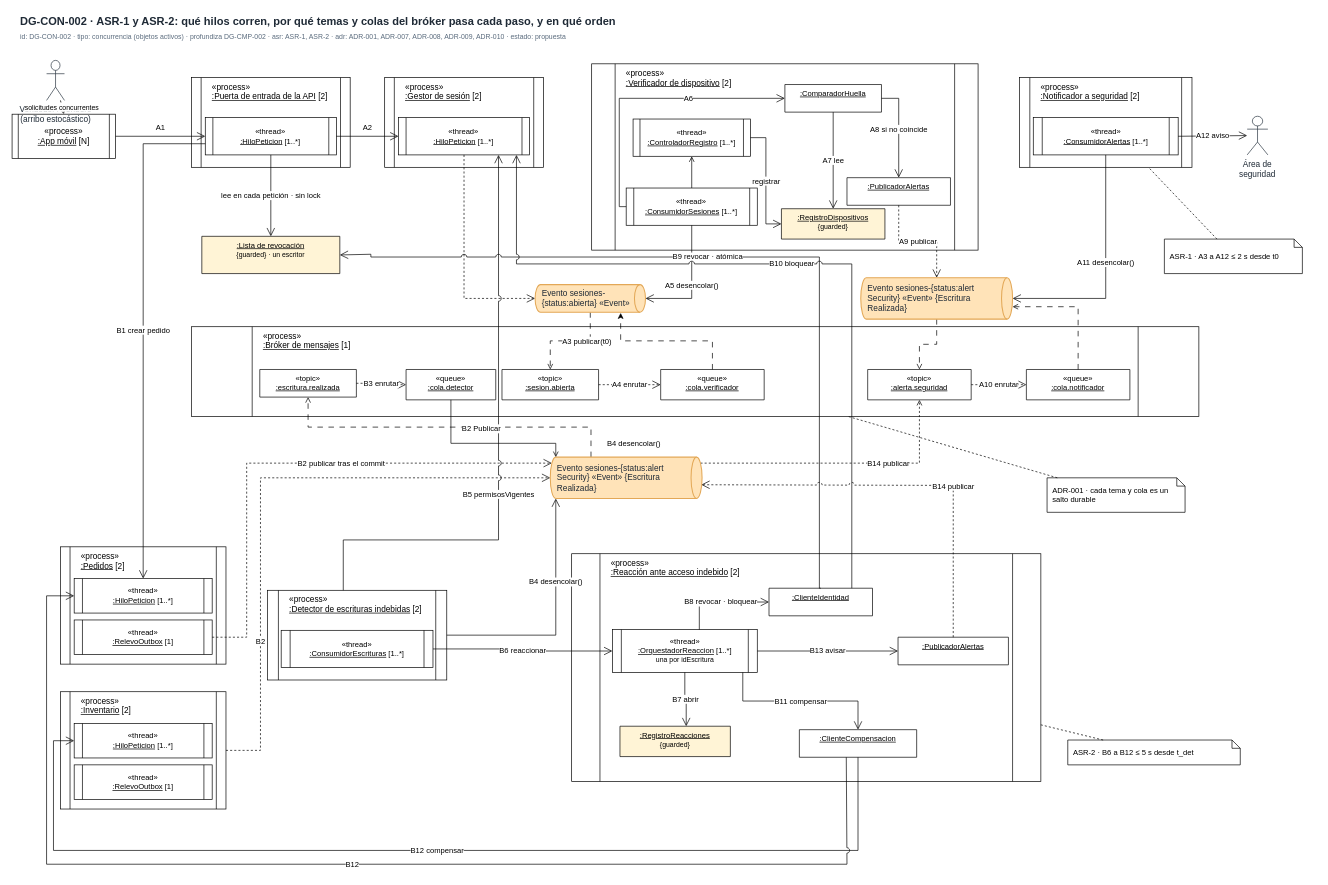
Earlier version of the draw.io diagram page "DG-CON-002 · Seguridad" (2 of 3) of docs/modelos/drawio/vista-concurrencia.drawio (MATI-MBIT/arqsoft-reto-2). Source tidied: cells renumbered, new cells numbered last; positions are measured from the earlier drawing's top-left corner, leaving out a move shared by most shapes. Both pictures are drawn from the tidied source at 69%, with x=0, y=0 at pixel (12, 12).
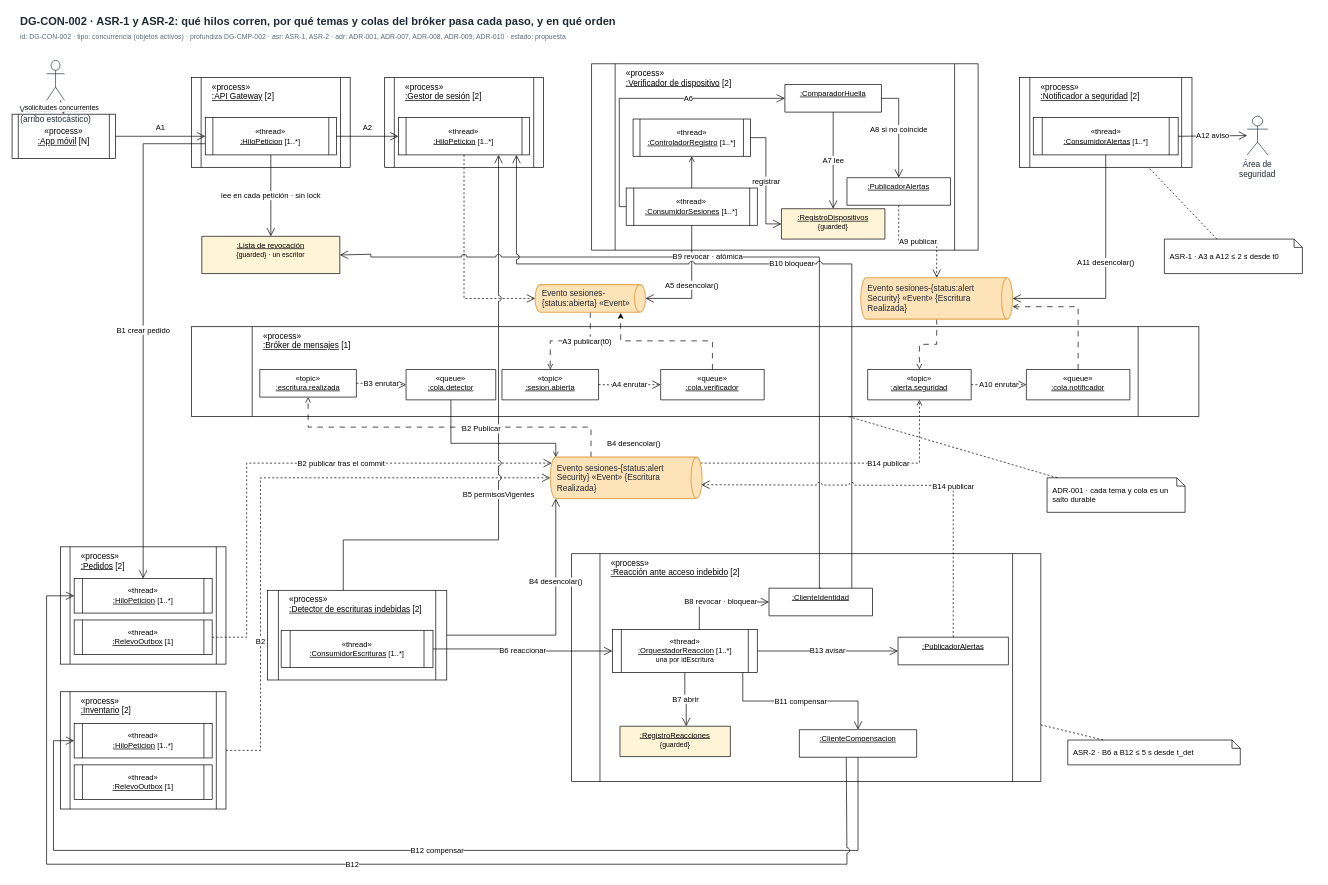
After the change.

Change to the diagram source:
```diff
@@
-    <mxCell id="5" value="«process»&lt;br&gt;&lt;u&gt;:Puerta de entrada de la API&lt;/u&gt; [2]" style="shape=process;whiteSpace=wrap;html=1;backgroundOutline=1;size=0.06;fillColor=#FFFFFF;strokeColor=#000000;fontSize=12;verticalAlign=top;align=left;spacingLeft=14;" parent="1" vertex="1">
+    <mxCell id="5" value="«process»&lt;br&gt;&lt;u&gt;:API Gateway&lt;/u&gt; [2]" style="shape=process;whiteSpace=wrap;html=1;backgroundOutline=1;size=0.06;fillColor=#FFFFFF;strokeColor=#000000;fontSize=12;verticalAlign=top;align=left;spacingLeft=14;" parent="1" vertex="1">
       <mxGeometry x="260" y="95" width="230" height="130" as="geometry" />
     </mxCell>
```
